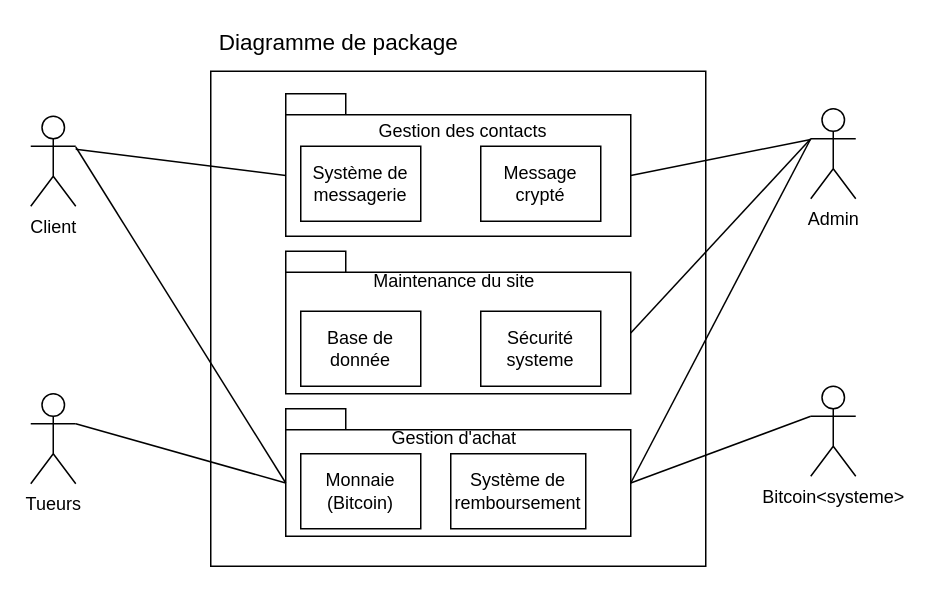
Above: page "Diagramme de package" (2 of 9) of Diagrams.drawio in Inebhis/uml-project (draw.io), before the change. Source tidied: cells renumbered, new cells numbered last; positions are measured from the earlier drawing's top-left corner, leaving out a move shared by most shapes. Both pictures are drawn from the tidied source at 150%, with x=0, y=0 at pixel (30, 26).
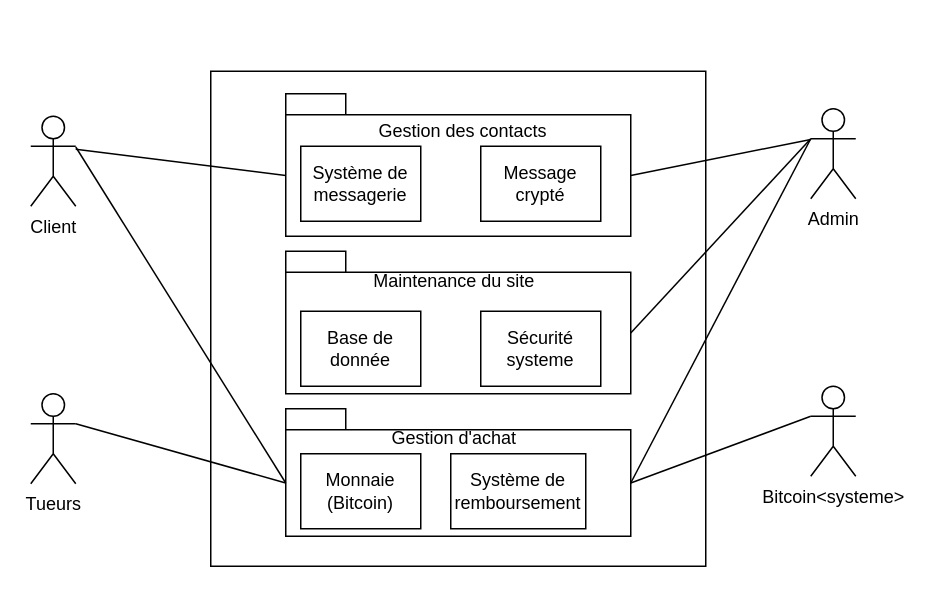
The same page after the edit.

The edit, as a diff of the source:
```diff
@@
-    <mxCell id="7" value="&lt;font style=&quot;font-size: 15px&quot;&gt;Diagramme de package&lt;/font&gt;" style="text;html=1;align=center;verticalAlign=middle;" parent="1" vertex="1">
-      <mxGeometry x="115" width="180" height="20" as="geometry" />
-    </mxCell>
```
